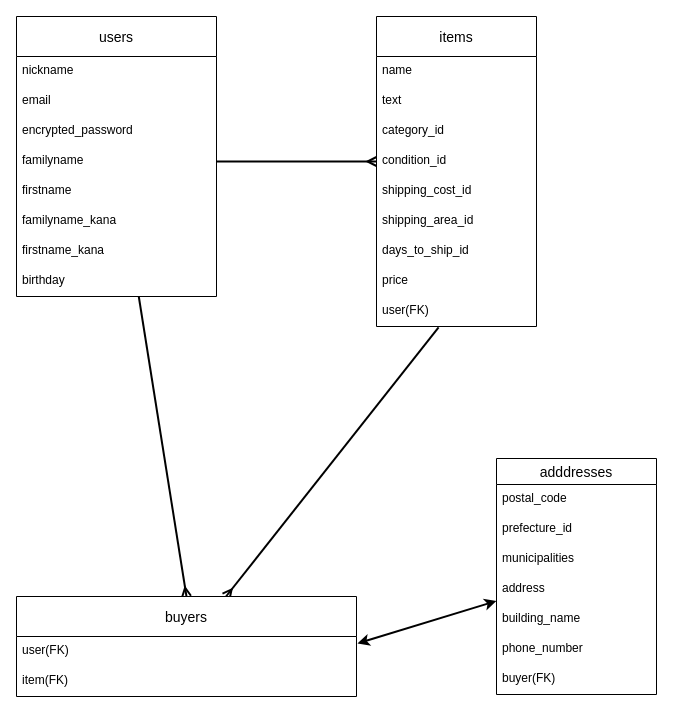
This is ER.dio from nothengineer/furima-33495, a draw.io file, before an edit. Source tidied: cells renumbered, new cells numbered last; positions are measured from the earlier drawing's top-left corner, leaving out a move shared by most shapes. Both pictures are drawn from the tidied source at 100%, with x=0, y=0 at pixel (16, 16).
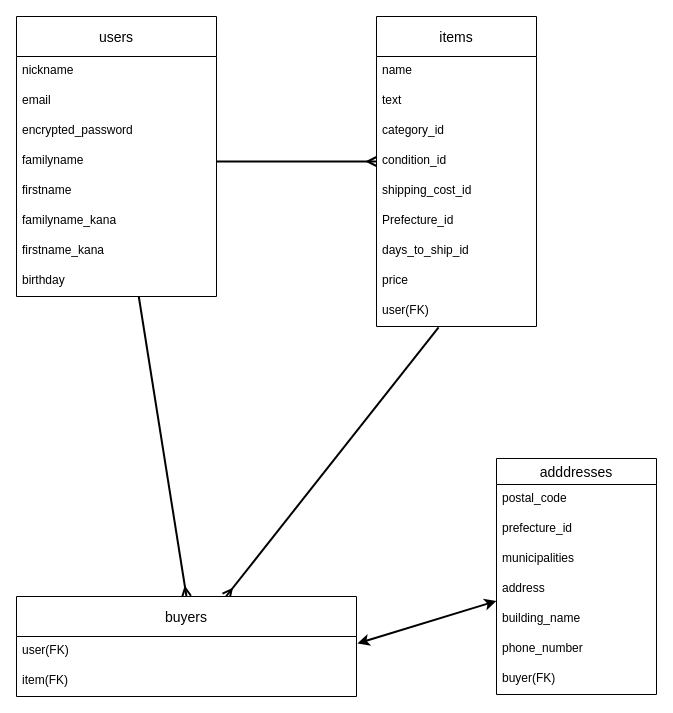
After the change.

Commit message (it also covers changes not shown here):
設計のレビュー3回目

Unchanged cells that the change refers to:
```xml
<mxCell id="12" value="items" style="swimlane;fontStyle=0;horizontal=1;startSize=40;align=center;fontSize=14;strokeWidth=1;" parent="1" vertex="1">
  <mxGeometry x="360" width="160" height="310" as="geometry" />
</mxCell>
```

Diff of the diagram source:
```diff
@@
-    <mxCell id="18" value="shipping_area_id " style="text;strokeColor=none;fillColor=none;spacingLeft=4;spacingRight=4;overflow=hidden;fontSize=12;" parent="12" vertex="1">
+    <mxCell id="18" value="Prefecture_id" style="text;strokeColor=none;fillColor=none;spacingLeft=4;spacingRight=4;overflow=hidden;fontSize=12;" parent="12" vertex="1">
       <mxGeometry y="190" width="160" height="30" as="geometry" />
     </mxCell>
```
